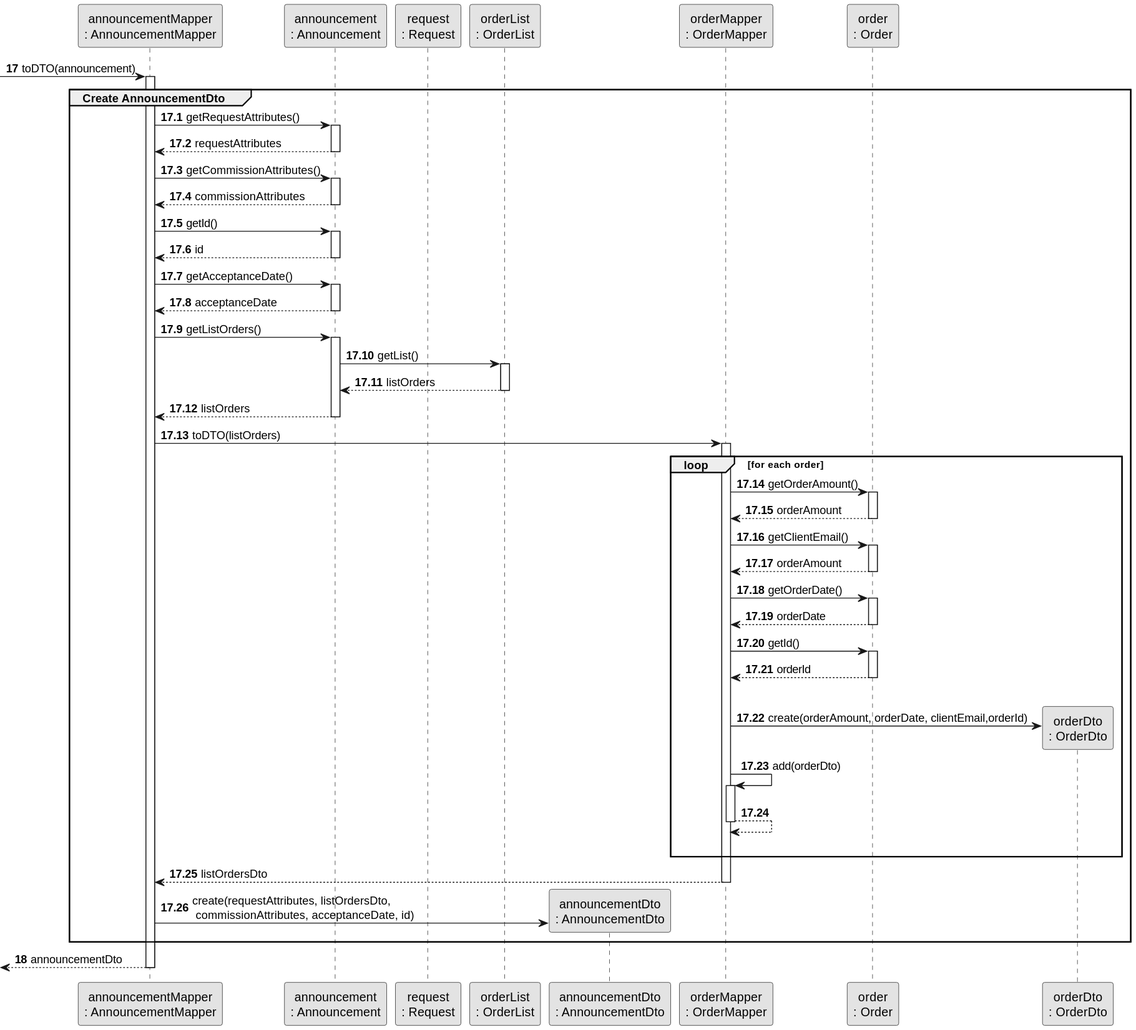
rita-barbosa/LAPR2-2223 keeps this PlantUML diagram as docs/sprintC/us011/03.design/svg/us011-sequence-diagram-partial-create-announcementDto.svg. Above is the earlier version.
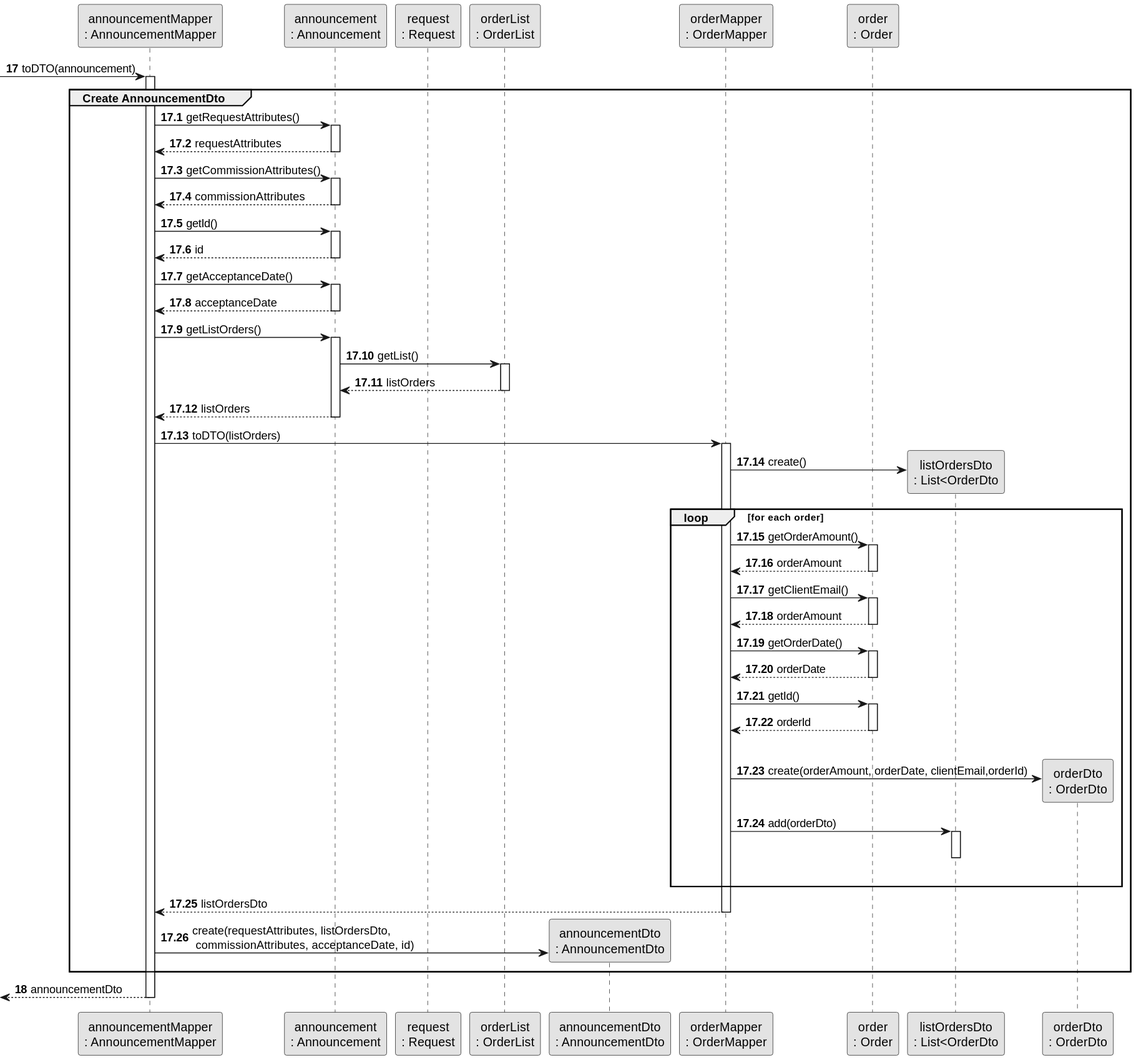
After the change.

Commit message:
Update sequence & class diagram: correcting add to list [US012][Design][#05 Task]

The edit, as a diff of the source:
```diff
@@ -12,6 +12,7 @@
 participant "announcementDto\n: AnnouncementDto" as AnnDTO
 participant "orderMapper\n: OrderMapper" as OrderMapper
 participant "order\n: Order" as Order
+participant "listOrdersDto\n: List<OrderDto" as OrderDTOList
 participant "orderDto\n: OrderDto" as OrderDTO
 
 
@@ -54,6 +55,7 @@
          AnnMAPPER -> OrderMapper : toDTO(listOrders)
          activate OrderMapper
 
+        OrderMapper -> OrderDTOList** : create()
                 loop for each order
                      OrderMapper -> Order : getOrderAmount()
                      activate Order
@@ -77,10 +79,9 @@
                      |||
                      OrderMapper -> OrderDTO** : create(orderAmount, orderDate, clientEmail,orderId)
 
-                     OrderMapper -> OrderMapper : add(orderDto)
-                     activate OrderMapper
-                     OrderMapper --> OrderMapper
-                     deactivate OrderMapper
+                     OrderMapper -> OrderDTOList : add(orderDto)
+                     activate OrderDTOList
+                     deactivate OrderDTOList
                 |||
                 end loop
 
```
